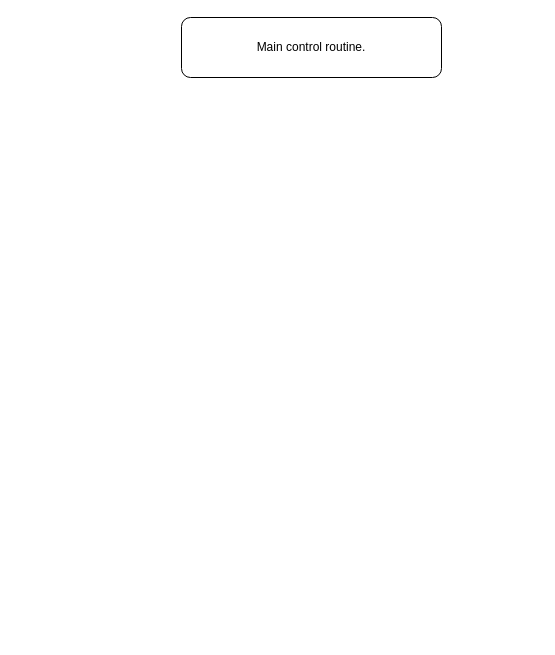
The draw.io diagram MainControlRoutine.drawio in xZurdo/Flowcharts, before the edit. Source tidied: cells renumbered, new cells numbered last; positions are measured from the earlier drawing's top-left corner, leaving out a move shared by most shapes. Both pictures are drawn from the tidied source at 100%, with x=0, y=0 at pixel (181, 17).
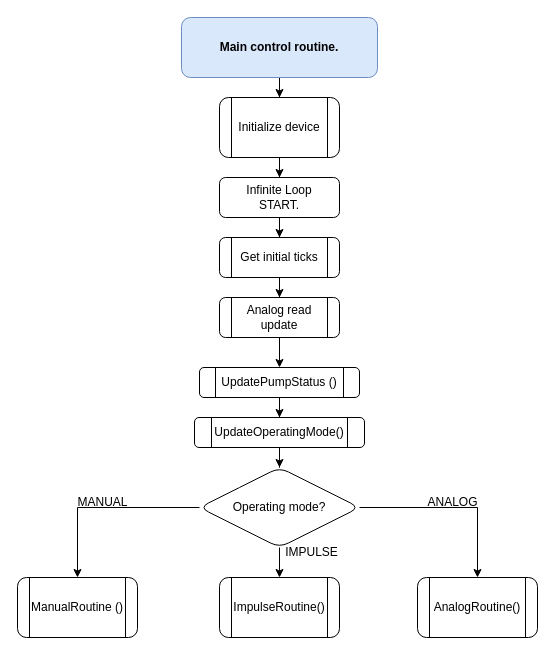
After the change.

Change to the diagram source:
```diff
@@
+    <mxCell id="3" style="edgeStyle=orthogonalEdgeStyle;rounded=0;jettySize=auto;html=1;" parent="1" edge="1" source="2" target="5">
+      <mxGeometry relative="1" as="geometry" />
+    </mxCell>
-    <mxCell id="2" value="Main control routine." style="rounded=1;whiteSpace=wrap;html=1;" parent="1" vertex="1">
-      <mxGeometry width="260" height="60" as="geometry" />
+    <mxCell id="2" value="&lt;b&gt;Main control routine.&lt;/b&gt;" style="rounded=1;whiteSpace=wrap;html=1;fillColor=#dae8fc;strokeColor=#6c8ebf;" parent="1" vertex="1">
+      <mxGeometry width="196" height="60" as="geometry" />
     </mxCell>
+    <mxCell id="4" style="edgeStyle=orthogonalEdgeStyle;rounded=0;jettySize=auto;html=1;" parent="1" edge="1" source="5" target="7">
+      <mxGeometry relative="1" as="geometry" />
+    </mxCell>
+    <mxCell id="5" value="Initialize device" style="shape=process;whiteSpace=wrap;html=1;backgroundOutline=1;rounded=1;" parent="1" vertex="1">
+      <mxGeometry x="38" y="80" width="120" height="60" as="geometry" />
+    </mxCell>
+    <mxCell id="6" style="edgeStyle=orthogonalEdgeStyle;rounded=0;jettySize=auto;html=1;" parent="1" edge="1" source="7" target="9">
+      <mxGeometry relative="1" as="geometry" />
+    </mxCell>
+    <mxCell id="7" value="Infinite Loop&lt;div&gt;START.&lt;/div&gt;" style="rounded=1;whiteSpace=wrap;html=1;" parent="1" vertex="1">
+      <mxGeometry x="38" y="160" width="120" height="40" as="geometry" />
+    </mxCell>
+    <mxCell id="8" style="edgeStyle=orthogonalEdgeStyle;rounded=0;jettySize=auto;html=1;" parent="1" edge="1" source="9" target="11">
+      <mxGeometry relative="1" as="geometry" />
+    </mxCell>
+    <mxCell id="9" value="Get initial ticks" style="shape=process;whiteSpace=wrap;html=1;backgroundOutline=1;rounded=1;" parent="1" vertex="1">
+      <mxGeometry x="38" y="220" width="120" height="40" as="geometry" />
+    </mxCell>
+    <mxCell id="10" style="edgeStyle=orthogonalEdgeStyle;rounded=0;jettySize=auto;html=1;" parent="1" edge="1" source="11" target="13">
+      <mxGeometry relative="1" as="geometry" />
+    </mxCell>
+    <mxCell id="11" value="Analog read update" style="shape=process;whiteSpace=wrap;html=1;backgroundOutline=1;rounded=1;" parent="1" vertex="1">
+      <mxGeometry x="38" y="280" width="120" height="40" as="geometry" />
+    </mxCell>
+    <mxCell id="12" style="edgeStyle=orthogonalEdgeStyle;rounded=0;jettySize=auto;html=1;" parent="1" edge="1" source="13" target="15">
+      <mxGeometry relative="1" as="geometry" />
+    </mxCell>
+    <mxCell id="13" value="UpdatePumpStatus ()" style="shape=process;whiteSpace=wrap;html=1;backgroundOutline=1;rounded=1;" parent="1" vertex="1">
+      <mxGeometry x="18" y="350" width="160" height="30" as="geometry" />
+    </mxCell>
+    <mxCell id="14" style="edgeStyle=orthogonalEdgeStyle;rounded=0;jettySize=auto;html=1;" parent="1" edge="1" source="15" target="19">
+      <mxGeometry relative="1" as="geometry" />
+    </mxCell>
+    <mxCell id="15" value="UpdateOperatingMode()" style="shape=process;whiteSpace=wrap;html=1;backgroundOutline=1;rounded=1;" parent="1" vertex="1">
+      <mxGeometry x="13" y="400" width="170" height="30" as="geometry" />
+    </mxCell>
+    <mxCell id="16" style="edgeStyle=orthogonalEdgeStyle;rounded=0;jettySize=auto;html=1;" parent="1" edge="1" source="19" target="20">
+      <mxGeometry relative="1" as="geometry" />
+    </mxCell>
+    <mxCell id="17" style="edgeStyle=orthogonalEdgeStyle;rounded=0;jettySize=auto;html=1;" parent="1" edge="1" source="19" target="21">
+      <mxGeometry relative="1" as="geometry" />
+    </mxCell>
+    <mxCell id="18" style="edgeStyle=orthogonalEdgeStyle;rounded=0;jettySize=auto;html=1;" parent="1" edge="1" source="19" target="22">
+      <mxGeometry relative="1" as="geometry" />
+    </mxCell>
+    <mxCell id="19" value="Operating mode?" style="rhombus;whiteSpace=wrap;html=1;rounded=1;" parent="1" vertex="1">
+      <mxGeometry x="18" y="450" width="160" height="80" as="geometry" />
+    </mxCell>
+    <mxCell id="20" value="ManualRoutine ()" style="shape=process;whiteSpace=wrap;html=1;backgroundOutline=1;rounded=1;" parent="1" vertex="1">
+      <mxGeometry x="-164" y="560" width="120" height="60" as="geometry" />
+    </mxCell>
+    <mxCell id="21" value="AnalogRoutine()" style="shape=process;whiteSpace=wrap;html=1;backgroundOutline=1;rounded=1;" parent="1" vertex="1">
+      <mxGeometry x="236" y="560" width="120" height="60" as="geometry" />
+    </mxCell>
+    <mxCell id="22" value="ImpulseRoutine()" style="shape=process;whiteSpace=wrap;html=1;backgroundOutline=1;rounded=1;" parent="1" vertex="1">
+      <mxGeometry x="38" y="560" width="120" height="60" as="geometry" />
+    </mxCell>
+    <mxCell id="23" value="MANUAL" style="text;html=1;align=center;verticalAlign=middle;strokeColor=none;fillColor=none;" parent="1" vertex="1">
+      <mxGeometry x="-114" y="470" width="70" height="30" as="geometry" />
+    </mxCell>
+    <mxCell id="24" value="ANALOG" style="text;html=1;align=center;verticalAlign=middle;strokeColor=none;fillColor=none;" parent="1" vertex="1">
+      <mxGeometry x="236" y="470" width="70" height="30" as="geometry" />
+    </mxCell>
+    <mxCell id="25" value="IMPULSE" style="text;html=1;align=center;verticalAlign=middle;strokeColor=none;fillColor=none;" parent="1" vertex="1">
+      <mxGeometry x="90" y="520" width="80" height="30" as="geometry" />
+    </mxCell>
```
